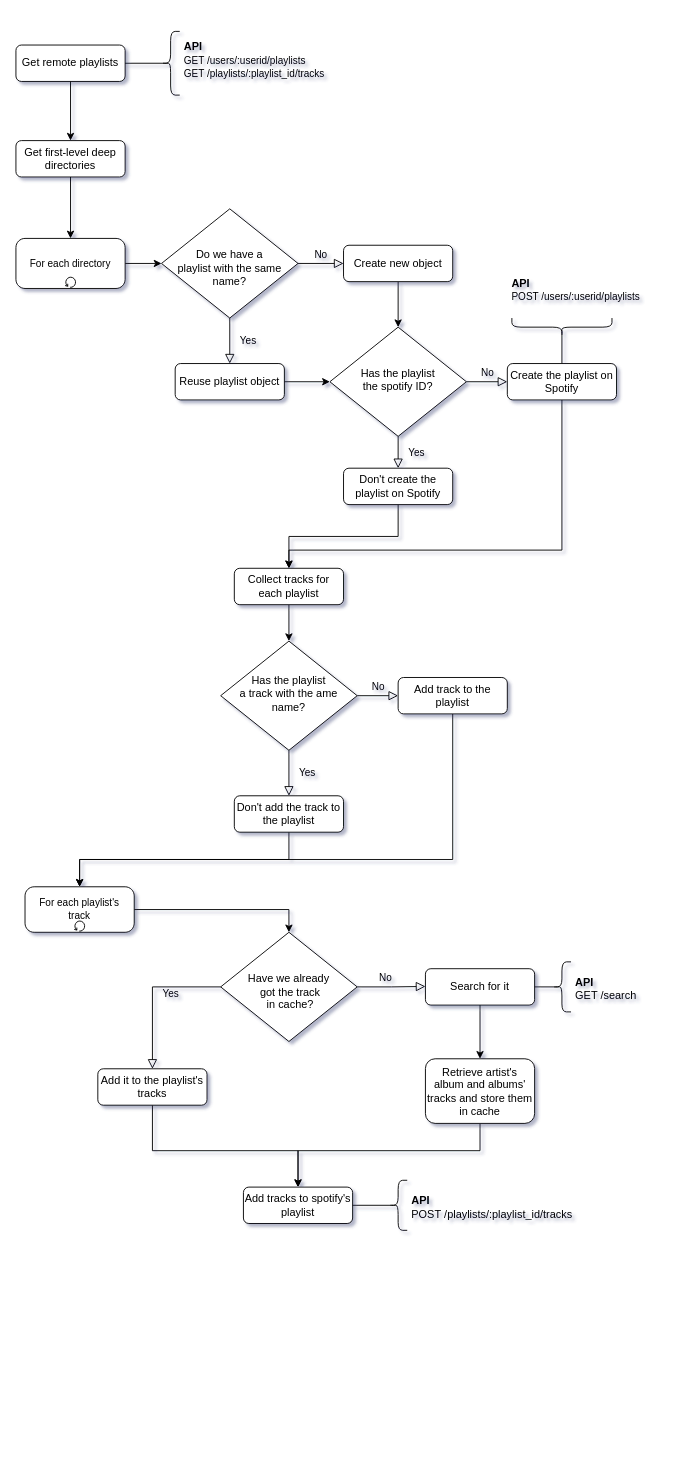
chrisvoo/spotify-playlist-maker keeps this draw.io diagram as Untitled Diagram.drawio. Above is the earlier version. Source tidied: cells renumbered, new cells numbered last; positions are measured from the earlier drawing's top-left corner, leaving out a move shared by most shapes. Both pictures are drawn from the tidied source at 91%, with x=0, y=0 at pixel (15, 31).
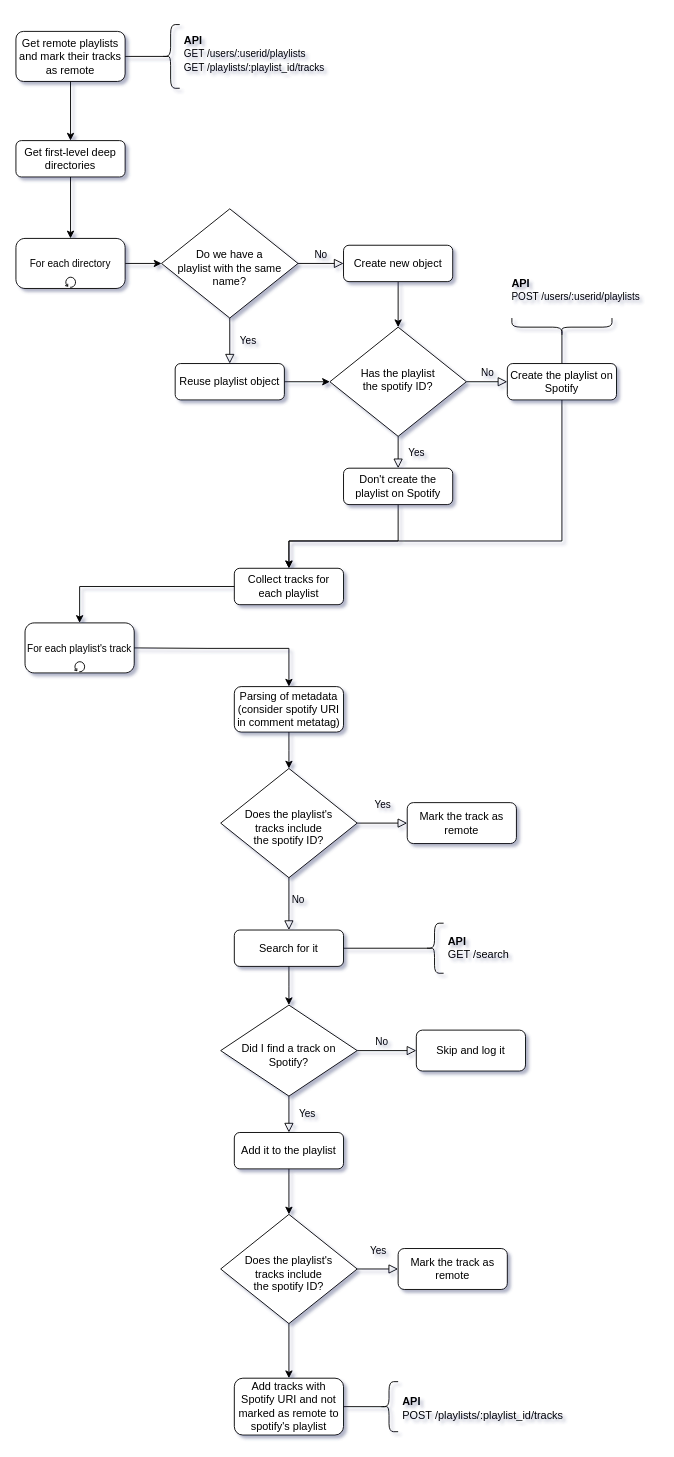
The same diagram, later.

Unchanged cells that the change refers to:
```xml
<mxCell id="20" value="Don't create the playlist on Spotify" style="rounded=1;whiteSpace=wrap;html=1;fontSize=12;glass=0;strokeWidth=1;shadow=0;" parent="1" vertex="1">
  <mxGeometry x="360" y="480" width="120" height="40" as="geometry" />
</mxCell>
<mxCell id="22" value="Create the playlist on Spotify" style="rounded=1;whiteSpace=wrap;html=1;fontSize=12;glass=0;strokeWidth=1;shadow=0;" parent="1" vertex="1">
  <mxGeometry x="540" y="365" width="120" height="40" as="geometry" />
</mxCell>
<mxCell id="29" value="Collect tracks for each playlist" style="rounded=1;whiteSpace=wrap;html=1;fontSize=12;glass=0;strokeWidth=1;shadow=0;" parent="1" vertex="1">
  <mxGeometry x="240" y="590" width="120" height="40" as="geometry" />
</mxCell>
```

Change to the diagram source:
```diff
@@
-    <mxCell id="2" value="Get remote playlists" style="rounded=1;whiteSpace=wrap;html=1;fontSize=12;glass=0;strokeWidth=1;shadow=0;" parent="1" vertex="1">
-      <mxGeometry y="15" width="120" height="40" as="geometry" />
+    <mxCell id="2" value="Get remote playlists and mark their tracks as remote" style="rounded=1;whiteSpace=wrap;html=1;fontSize=12;glass=0;strokeWidth=1;shadow=0;" parent="1" vertex="1">
+      <mxGeometry width="120" height="55" as="geometry" />
     </mxCell>
     <mxCell id="3" style="shape=curlyBracket;whiteSpace=wrap;html=1;rounded=1;" parent="1" vertex="1">
-      <mxGeometry x="160" width="20" height="70" as="geometry" />
+      <mxGeometry x="160" y="-7.5" width="20" height="70" as="geometry" />
     </mxCell>
@@
     <mxCell id="5" value="&lt;h1 style=&quot;line-height: 0.6;&quot;&gt;&lt;font style=&quot;&quot;&gt;&lt;span style=&quot;font-size: 12px;&quot;&gt;API&lt;br&gt;&lt;/span&gt;&lt;/font&gt;&lt;font style=&quot;&quot;&gt;&lt;span style=&quot;font-size: 11px; font-weight: normal;&quot;&gt;GET /users/:userid/playlists&lt;/span&gt;&lt;br&gt;&lt;span style=&quot;font-size: 11px; font-weight: 400;&quot;&gt;GET /playlists/:playlist_id/tracks&lt;/span&gt;&lt;br&gt;&lt;/font&gt;&lt;/h1&gt;" style="text;html=1;strokeColor=none;fillColor=none;spacing=5;spacingTop=-20;whiteSpace=wrap;overflow=hidden;rounded=0;" parent="1" vertex="1">
-      <mxGeometry x="180" width="190" height="70" as="geometry" />
+      <mxGeometry x="180" y="-7.5" width="190" height="70" as="geometry" />
     </mxCell>
@@
     <mxCell id="19" style="edgeStyle=orthogonalEdgeStyle;rounded=0;jettySize=auto;html=1;exitX=0.5;exitY=1;exitDx=0;exitDy=0;entryX=0.5;entryY=0;entryDx=0;entryDy=0;fontSize=11;" parent="1" edge="1" source="20" target="29">
-      <mxGeometry relative="1" as="geometry" />
+      <mxGeometry relative="1" as="geometry">
+        <Array as="points">
+          <mxPoint x="420" y="560" />
+          <mxPoint x="300" y="560" />
+        </Array>
+      </mxGeometry>
     </mxCell>
@@
     <mxCell id="21" style="edgeStyle=orthogonalEdgeStyle;rounded=0;jettySize=auto;html=1;exitX=0.5;exitY=1;exitDx=0;exitDy=0;entryX=0.5;entryY=0;entryDx=0;entryDy=0;fontSize=11;" parent="1" edge="1" source="22" target="29">
       <mxGeometry relative="1" as="geometry">
         <Array as="points">
-          <mxPoint x="600" y="570" />
-          <mxPoint x="300" y="570" />
+          <mxPoint x="600" y="560" />
+          <mxPoint x="300" y="560" />
         </Array>
       </mxGeometry>
     </mxCell>
@@
-    <mxCell id="28" style="edgeStyle=orthogonalEdgeStyle;rounded=0;jettySize=auto;html=1;exitX=0.5;exitY=1;exitDx=0;exitDy=0;entryX=0.5;entryY=0;entryDx=0;entryDy=0;fontSize=11;" parent="1" edge="1" source="29" target="30">
-      <mxGeometry relative="1" as="geometry" />
-    </mxCell>
@@
-    <mxCell id="30" value="Has the playlist &lt;br&gt;a track with the ame name?" style="rhombus;whiteSpace=wrap;html=1;shadow=0;fontFamily=Helvetica;fontSize=12;align=center;strokeWidth=1;spacing=6;spacingTop=-4;" parent="1" vertex="1">
-      <mxGeometry x="225" y="670" width="150" height="120" as="geometry" />
-    </mxCell>
-    <mxCell id="31" value="Yes" style="rounded=0;html=1;jettySize=auto;fontSize=11;endArrow=block;endFill=0;endSize=8;strokeWidth=1;shadow=0;labelBackgroundColor=none;edgeStyle=orthogonalEdgeStyle;exitX=0.5;exitY=1;exitDx=0;exitDy=0;entryX=0.5;entryY=0;entryDx=0;entryDy=0;" parent="1" edge="1" source="30" target="33">
+    <mxCell id="31" value="Yes" style="rounded=0;html=1;jettySize=auto;fontSize=11;endArrow=block;endFill=0;endSize=8;strokeWidth=1;shadow=0;labelBackgroundColor=none;edgeStyle=orthogonalEdgeStyle;exitX=1;exitY=0.5;exitDx=0;exitDy=0;entryX=0;entryY=0.5;entryDx=0;entryDy=0;" parent="1" edge="1" source="56" target="58">
       <mxGeometry y="20" relative="1" as="geometry" />
     </mxCell>
-    <mxCell id="32" style="edgeStyle=orthogonalEdgeStyle;rounded=0;jettySize=auto;html=1;exitX=0.5;exitY=1;exitDx=0;exitDy=0;entryX=0.5;entryY=0;entryDx=0;entryDy=0;entryPerimeter=0;fontSize=11;" parent="1" edge="1" source="33" target="38">
-      <mxGeometry relative="1" as="geometry" />
-    </mxCell>
-    <mxCell id="33" value="Don't add the track to the playlist" style="rounded=1;whiteSpace=wrap;html=1;fontSize=12;glass=0;strokeWidth=1;shadow=0;" parent="1" vertex="1">
-      <mxGeometry x="240" y="840" width="120" height="40" as="geometry" />
-    </mxCell>
-    <mxCell id="34" style="edgeStyle=orthogonalEdgeStyle;rounded=0;jettySize=auto;html=1;exitX=0.5;exitY=1;exitDx=0;exitDy=0;entryX=0.5;entryY=0;entryDx=0;entryDy=0;entryPerimeter=0;fontSize=11;" parent="1" edge="1" source="35" target="38">
-      <mxGeometry relative="1" as="geometry">
-        <Array as="points">
-          <mxPoint x="480" y="910" />
-          <mxPoint x="70" y="910" />
-        </Array>
-      </mxGeometry>
-    </mxCell>
-    <mxCell id="35" value="Add track to the playlist" style="rounded=1;whiteSpace=wrap;html=1;fontSize=12;glass=0;strokeWidth=1;shadow=0;" parent="1" vertex="1">
-      <mxGeometry x="420" y="710" width="120" height="40" as="geometry" />
-    </mxCell>
-    <mxCell id="36" value="No" style="edgeStyle=orthogonalEdgeStyle;rounded=0;html=1;jettySize=auto;fontSize=11;endArrow=block;endFill=0;endSize=8;strokeWidth=1;shadow=0;labelBackgroundColor=none;exitX=1;exitY=0.5;exitDx=0;exitDy=0;entryX=0;entryY=0.5;entryDx=0;entryDy=0;" parent="1" edge="1" source="30" target="35">
-      <mxGeometry y="10" relative="1" as="geometry" />
-    </mxCell>
-    <mxCell id="37" style="edgeStyle=orthogonalEdgeStyle;rounded=0;jettySize=auto;html=1;exitX=1;exitY=0.5;exitDx=0;exitDy=0;exitPerimeter=0;entryX=0.5;entryY=0;entryDx=0;entryDy=0;fontSize=11;" parent="1" edge="1" source="38" target="39">
-      <mxGeometry relative="1" as="geometry" />
-    </mxCell>
-    <mxCell id="38" value="For each playlist's &#10;track" style="points=[[0.25,0,0],[0.5,0,0],[0.75,0,0],[1,0.25,0],[1,0.5,0],[1,0.75,0],[0.75,1,0],[0.5,1,0],[0.25,1,0],[0,0.75,0],[0,0.5,0],[0,0.25,0]];shape=mxgraph.bpmn.task;whiteSpace=wrap;rectStyle=rounded;size=10;taskMarker=abstract;isLoopStandard=1;fontSize=11;" parent="1" vertex="1">
-      <mxGeometry x="10" y="940" width="120" height="50" as="geometry" />
-    </mxCell>
-    <mxCell id="39" value="&lt;br&gt;Have we already&lt;br&gt;&amp;nbsp;got the track&lt;br&gt;&amp;nbsp;in cache?" style="rhombus;whiteSpace=wrap;html=1;shadow=0;fontFamily=Helvetica;fontSize=12;align=center;strokeWidth=1;spacing=6;spacingTop=-4;" parent="1" vertex="1">
-      <mxGeometry x="225" y="990" width="150" height="120" as="geometry" />
-    </mxCell>
-    <mxCell id="40" style="edgeStyle=orthogonalEdgeStyle;rounded=0;jettySize=auto;html=1;exitX=0.5;exitY=1;exitDx=0;exitDy=0;fontSize=11;" parent="1" edge="1" source="41" target="48">
-      <mxGeometry relative="1" as="geometry">
-        <Array as="points">
-          <mxPoint x="150" y="1230" />
-          <mxPoint x="310" y="1230" />
-        </Array>
-      </mxGeometry>
-    </mxCell>
-    <mxCell id="41" value="Add it to the playlist's tracks" style="rounded=1;whiteSpace=wrap;html=1;fontSize=12;glass=0;strokeWidth=1;shadow=0;" parent="1" vertex="1">
-      <mxGeometry x="90" y="1140" width="120" height="40" as="geometry" />
-    </mxCell>
-    <mxCell id="42" value="Yes" style="rounded=0;html=1;jettySize=auto;fontSize=11;endArrow=block;endFill=0;endSize=8;strokeWidth=1;shadow=0;labelBackgroundColor=none;edgeStyle=orthogonalEdgeStyle;exitX=0;exitY=0.5;exitDx=0;exitDy=0;entryX=0.5;entryY=0;entryDx=0;entryDy=0;" parent="1" edge="1" source="39" target="41">
-      <mxGeometry y="20" relative="1" as="geometry" />
-    </mxCell>
-    <mxCell id="43" value="No" style="edgeStyle=orthogonalEdgeStyle;rounded=0;html=1;jettySize=auto;fontSize=11;endArrow=block;endFill=0;endSize=8;strokeWidth=1;shadow=0;labelBackgroundColor=none;exitX=1;exitY=0.5;exitDx=0;exitDy=0;entryX=0;entryY=0.488;entryDx=0;entryDy=0;entryPerimeter=0;" parent="1" edge="1" source="39" target="45">
-      <mxGeometry x="-0.18" y="10" relative="1" as="geometry" />
+    <mxCell id="43" value="No" style="edgeStyle=orthogonalEdgeStyle;rounded=0;html=1;jettySize=auto;fontSize=11;endArrow=block;endFill=0;endSize=8;strokeWidth=1;shadow=0;labelBackgroundColor=none;exitX=0.5;exitY=1;exitDx=0;exitDy=0;entryX=0.5;entryY=0;entryDx=0;entryDy=0;" parent="1" edge="1" source="56" target="45">
+      <mxGeometry x="-0.18" y="10" relative="1" as="geometry">
+        <Array as="points">
+          <mxPoint x="300" y="970" />
+          <mxPoint x="300" y="970" />
+        </Array>
+      </mxGeometry>
     </mxCell>
-    <mxCell id="44" style="edgeStyle=orthogonalEdgeStyle;rounded=0;jettySize=auto;html=1;exitX=0.5;exitY=1;exitDx=0;exitDy=0;entryX=0.5;entryY=0;entryDx=0;entryDy=0;fontSize=11;" parent="1" edge="1" source="45" target="47">
-      <mxGeometry relative="1" as="geometry" />
-    </mxCell>
     <mxCell id="45" value="Search for it" style="rounded=1;whiteSpace=wrap;html=1;fontSize=12;glass=0;strokeWidth=1;shadow=0;" parent="1" vertex="1">
-      <mxGeometry x="450" y="1030" width="120" height="40" as="geometry" />
+      <mxGeometry x="240" y="987.5" width="120" height="40" as="geometry" />
     </mxCell>
-    <mxCell id="46" style="edgeStyle=orthogonalEdgeStyle;rounded=0;jettySize=auto;html=1;exitX=0.5;exitY=1;exitDx=0;exitDy=0;entryX=0.5;entryY=0;entryDx=0;entryDy=0;fontSize=11;" parent="1" edge="1" source="47" target="48">
-      <mxGeometry relative="1" as="geometry">
-        <Array as="points">
-          <mxPoint x="510" y="1230" />
-          <mxPoint x="310" y="1230" />
-        </Array>
-      </mxGeometry>
-    </mxCell>
-    <mxCell id="47" value="Retrieve artist's album and albums' tracks and store them in cache" style="rounded=1;whiteSpace=wrap;html=1;fontSize=12;glass=0;strokeWidth=1;shadow=0;" parent="1" vertex="1">
-      <mxGeometry x="450" y="1129" width="120" height="71" as="geometry" />
-    </mxCell>
-    <mxCell id="48" value="Add tracks to spotify's playlist" style="rounded=1;whiteSpace=wrap;html=1;fontSize=12;glass=0;strokeWidth=1;shadow=0;" parent="1" vertex="1">
-      <mxGeometry x="250" y="1270" width="120" height="40" as="geometry" />
+    <mxCell id="48" value="Add tracks with Spotify URI and not marked as remote to spotify's playlist" style="rounded=1;whiteSpace=wrap;html=1;fontSize=12;glass=0;strokeWidth=1;shadow=0;" parent="1" vertex="1">
+      <mxGeometry x="240" y="1480" width="120" height="62.5" as="geometry" />
     </mxCell>
     <mxCell id="49" style="shape=curlyBracket;whiteSpace=wrap;html=1;rounded=1;" parent="1" vertex="1">
-      <mxGeometry x="590" y="1022.5" width="20" height="55" as="geometry" />
+      <mxGeometry x="450" y="980" width="20" height="55" as="geometry" />
     </mxCell>
     <mxCell id="50" value="&lt;h1 style=&quot;line-height: 0.6;&quot;&gt;&lt;font style=&quot;&quot;&gt;&lt;span style=&quot;font-size: 12px;&quot;&gt;API&lt;br&gt;&lt;span style=&quot;font-weight: normal;&quot;&gt;GET /search&lt;/span&gt;&lt;/span&gt;&lt;/font&gt;&amp;nbsp;&lt;span style=&quot;font-size: 12px; background-color: initial; font-weight: normal;&quot;&gt;&amp;nbsp;&lt;/span&gt;&lt;/h1&gt;" style="text;html=1;strokeColor=none;fillColor=none;spacing=5;spacingTop=-20;whiteSpace=wrap;overflow=hidden;rounded=0;" parent="1" vertex="1">
-      <mxGeometry x="610" y="1027.5" width="90" height="45" as="geometry" />
+      <mxGeometry x="470" y="982.5" width="90" height="45" as="geometry" />
     </mxCell>
@@
     <mxCell id="52" style="shape=curlyBracket;whiteSpace=wrap;html=1;rounded=1;" parent="1" vertex="1">
-      <mxGeometry x="410" y="1262.5" width="20" height="55" as="geometry" />
+      <mxGeometry x="400" y="1483.8" width="20" height="55" as="geometry" />
     </mxCell>
@@
     <mxCell id="54" value="&lt;h1 style=&quot;line-height: 0.6;&quot;&gt;&lt;font style=&quot;&quot;&gt;&lt;span style=&quot;font-size: 12px;&quot;&gt;API&lt;br&gt;&lt;span style=&quot;font-weight: normal;&quot;&gt;POST&amp;nbsp;&lt;/span&gt;&lt;/span&gt;&lt;/font&gt;&lt;span style=&quot;font-size: 12px; font-weight: 400;&quot;&gt;/playlists/:playlist_id/tracks&lt;/span&gt;&lt;font face=&quot;monospace&quot; color=&quot;rgba(0, 0, 0, 0)&quot;&gt;&lt;span style=&quot;font-size: 0px; font-weight: 400;&quot;&gt;playlists/${playlistId}/tracks3CmxGraphModel%3E%3Croot%3E%3CmxCell%20id%3D%220%22%2F%3E%3CmxCell%20id%3D%221%22%20parent%3D%220%22%2F%3E%3CmxCell%20id%3D%222%22%20value%3D%22%26lt%3Bh1%20style%3D%26quot%3Bline-height%3A%200.6%3B%26quot%3B%26gt%3B%26lt%3Bfont%20style%3D%26quot%3B%26quot%3B%26gt%3B%26lt%3Bspan%20style%3D%26quot%3Bfont-size%3A%2012px%3B%26quot%3B%26gt%3BAPI%26lt%3Bbr%26gt%3B%26lt%3Bspan%20style%3D%26quot%3Bfont-weight%3A%20normal%3B%26quot%3B%26gt%3BGET%20%2Fsearch%26lt%3B%2Fspan%26gt%3B%26lt%3B%2Fspan%26gt%3B%26lt%3B%2Ffont%26gt%3B%26amp%3Bnbsp%3B%26lt%3Bspan%20style%3D%26quot%3Bfont-size%3A%2012px%3B%20background-color%3A%20initial%3B%20font-weight%3A%20normal%3B%26quot%3B%26gt%3B%26amp%3Bnbsp%3B%26lt%3B%2Fspan%26gt%3B%26lt%3B%2Fh1%26gt%3B%22%20style%3D%22text%3Bhtml%3D1%3BstrokeColor%3Dnone%3BfillColor%3Dnone%3Bspacing%3D5%3BspacingTop%3D-20%3BwhiteSpace%3Dwrap%3Boverflow%3Dhidden%3Brounded%3D0%3B%22%20vertex%3D%221%22%20parent%3D%221%22%3E%3CmxGeometry%20x%3D%22700%22%20y%3D%221067.5%22%20width%3D%2290%22%20height%3D%2245%22%20as%3D%22geometry%22%2F%3E%3C%2FmxCell%3E%3C%2Froot%3E%3C%2FmxGraphModel%3E&lt;/span&gt;&lt;/font&gt;&amp;nbsp;&lt;span style=&quot;font-size: 12px; background-color: initial; font-weight: normal;&quot;&gt;&amp;nbsp;&lt;/span&gt;&lt;/h1&gt;" style="text;html=1;strokeColor=none;fillColor=none;spacing=5;spacingTop=-20;whiteSpace=wrap;overflow=hidden;rounded=0;" parent="1" vertex="1">
-      <mxGeometry x="430" y="1267.5" width="210" height="45" as="geometry" />
+      <mxGeometry x="420" y="1488.8" width="210" height="45" as="geometry" />
     </mxCell>
+    <mxCell id="55" value="Parsing of metadata (consider spotify URI in comment metatag)" style="rounded=1;whiteSpace=wrap;html=1;fontSize=12;glass=0;strokeWidth=1;shadow=0;" parent="1" vertex="1">
+      <mxGeometry x="240" y="720" width="120" height="50" as="geometry" />
+    </mxCell>
+    <mxCell id="56" value="&lt;br&gt;Does the playlist's&lt;br&gt;tracks include&lt;br&gt;the spotify ID?" style="rhombus;whiteSpace=wrap;html=1;shadow=0;fontFamily=Helvetica;fontSize=12;align=center;strokeWidth=1;spacing=6;spacingTop=-4;" parent="1" vertex="1">
+      <mxGeometry x="225" y="810" width="150" height="120" as="geometry" />
+    </mxCell>
+    <mxCell id="57" style="edgeStyle=orthogonalEdgeStyle;rounded=0;jettySize=auto;html=1;exitX=0.5;exitY=1;exitDx=0;exitDy=0;fontSize=11;entryX=0.5;entryY=0;entryDx=0;entryDy=0;" parent="1" edge="1" source="55" target="56">
+      <mxGeometry relative="1" as="geometry">
+        <Array as="points">
+          <mxPoint x="300" y="790" />
+          <mxPoint x="300" y="790" />
+        </Array>
+      </mxGeometry>
+    </mxCell>
+    <mxCell id="58" value="Mark the track as remote" style="rounded=1;whiteSpace=wrap;html=1;fontSize=12;glass=0;strokeWidth=1;shadow=0;" parent="1" vertex="1">
+      <mxGeometry x="430" y="847.5" width="120" height="45" as="geometry" />
+    </mxCell>
+    <mxCell id="38" value="For each playlist's track" style="points=[[0.25,0,0],[0.5,0,0],[0.75,0,0],[1,0.25,0],[1,0.5,0],[1,0.75,0],[0.75,1,0],[0.5,1,0],[0.25,1,0],[0,0.75,0],[0,0.5,0],[0,0.25,0]];shape=mxgraph.bpmn.task;whiteSpace=wrap;rectStyle=rounded;size=10;taskMarker=abstract;isLoopStandard=1;fontSize=11;" parent="1" vertex="1">
+      <mxGeometry x="10" y="650" width="120" height="55" as="geometry" />
+    </mxCell>
+    <mxCell id="59" style="endArrow=classic;html=1;rounded=0;fontSize=11;exitX=0;exitY=0.5;exitDx=0;exitDy=0;entryX=0.5;entryY=0;entryDx=0;entryDy=0;entryPerimeter=0;" parent="1" edge="1" source="29" target="38">
+      <mxGeometry relative="1" as="geometry">
+        <Array as="points">
+          <mxPoint x="70" y="610" />
+        </Array>
+      </mxGeometry>
+    </mxCell>
+    <mxCell id="60" style="endArrow=classic;html=1;rounded=0;fontSize=11;exitX=1;exitY=0.5;exitDx=0;exitDy=0;entryX=0.5;entryY=0;entryDx=0;entryDy=0;exitPerimeter=0;" parent="1" edge="1" source="38" target="55">
+      <mxGeometry relative="1" as="geometry">
+        <Array as="points">
+          <mxPoint x="210" y="678" />
+          <mxPoint x="300" y="678" />
+        </Array>
+      </mxGeometry>
+    </mxCell>
+    <mxCell id="61" value="&lt;br&gt;Did I find a track on &lt;br&gt;Spotify?" style="rhombus;whiteSpace=wrap;html=1;shadow=0;fontFamily=Helvetica;fontSize=12;align=center;strokeWidth=1;spacing=6;spacingTop=-4;" parent="1" vertex="1">
+      <mxGeometry x="225" y="1070" width="150" height="100" as="geometry" />
+    </mxCell>
+    <mxCell id="62" style="edgeStyle=orthogonalEdgeStyle;rounded=0;jettySize=auto;html=1;exitX=0.5;exitY=1;exitDx=0;exitDy=0;fontSize=11;entryX=0.5;entryY=0;entryDx=0;entryDy=0;" parent="1" edge="1" source="45" target="61">
+      <mxGeometry relative="1" as="geometry">
+        <Array as="points">
+          <mxPoint x="300" y="1050" />
+          <mxPoint x="300" y="1050" />
+        </Array>
+      </mxGeometry>
+    </mxCell>
+    <mxCell id="36" value="No" style="edgeStyle=orthogonalEdgeStyle;rounded=0;html=1;jettySize=auto;fontSize=11;endArrow=block;endFill=0;endSize=8;strokeWidth=1;shadow=0;labelBackgroundColor=none;exitX=1;exitY=0.5;exitDx=0;exitDy=0;entryX=0;entryY=0.5;entryDx=0;entryDy=0;" parent="1" edge="1" source="61" target="63">
+      <mxGeometry x="-0.18" y="10" relative="1" as="geometry" />
+    </mxCell>
+    <mxCell id="63" value="Skip and log it" style="rounded=1;whiteSpace=wrap;html=1;fontSize=12;glass=0;strokeWidth=1;shadow=0;" parent="1" vertex="1">
+      <mxGeometry x="440" y="1097.5" width="120" height="45" as="geometry" />
+    </mxCell>
+    <mxCell id="64" value="Yes" style="rounded=0;html=1;jettySize=auto;fontSize=11;endArrow=block;endFill=0;endSize=8;strokeWidth=1;shadow=0;labelBackgroundColor=none;edgeStyle=orthogonalEdgeStyle;entryX=0.5;entryY=0;entryDx=0;entryDy=0;" parent="1" edge="1" source="61" target="65">
+      <mxGeometry y="20" relative="1" as="geometry" />
+    </mxCell>
+    <mxCell id="65" value="Add it to the playlist" style="rounded=1;whiteSpace=wrap;html=1;fontSize=12;glass=0;strokeWidth=1;shadow=0;" parent="1" vertex="1">
+      <mxGeometry x="240" y="1210" width="120" height="40" as="geometry" />
+    </mxCell>
+    <mxCell id="66" value="&lt;br&gt;Does the playlist's&lt;br&gt;tracks include&lt;br&gt;the spotify ID?" style="rhombus;whiteSpace=wrap;html=1;shadow=0;fontFamily=Helvetica;fontSize=12;align=center;strokeWidth=1;spacing=6;spacingTop=-4;" parent="1" vertex="1">
+      <mxGeometry x="225" y="1300" width="150" height="120" as="geometry" />
+    </mxCell>
+    <mxCell id="67" style="edgeStyle=orthogonalEdgeStyle;rounded=0;jettySize=auto;html=1;exitX=0.5;exitY=1;exitDx=0;exitDy=0;fontSize=11;entryX=0.5;entryY=0;entryDx=0;entryDy=0;" parent="1" edge="1" source="65" target="66">
+      <mxGeometry relative="1" as="geometry">
+        <Array as="points">
+          <mxPoint x="300" y="1300" />
+        </Array>
+      </mxGeometry>
+    </mxCell>
+    <mxCell id="68" value="Yes" style="rounded=0;html=1;jettySize=auto;fontSize=11;endArrow=block;endFill=0;endSize=8;strokeWidth=1;shadow=0;labelBackgroundColor=none;edgeStyle=orthogonalEdgeStyle;exitX=1;exitY=0.5;exitDx=0;exitDy=0;entryX=0;entryY=0.5;entryDx=0;entryDy=0;" parent="1" edge="1" source="66" target="69">
+      <mxGeometry y="20" relative="1" as="geometry" />
+    </mxCell>
+    <mxCell id="69" value="Mark the track as remote" style="rounded=1;whiteSpace=wrap;html=1;fontSize=12;glass=0;strokeWidth=1;shadow=0;" parent="1" vertex="1">
+      <mxGeometry x="420" y="1337.5" width="120" height="45" as="geometry" />
+    </mxCell>
+    <mxCell id="70" style="edgeStyle=orthogonalEdgeStyle;rounded=0;jettySize=auto;html=1;exitX=0.5;exitY=1;exitDx=0;exitDy=0;fontSize=11;entryX=0.5;entryY=0;entryDx=0;entryDy=0;" parent="1" edge="1" source="66" target="48">
+      <mxGeometry relative="1" as="geometry">
+        <Array as="points">
+          <mxPoint x="300" y="1420" />
+          <mxPoint x="300" y="1480" />
+        </Array>
+      </mxGeometry>
+    </mxCell>
```
